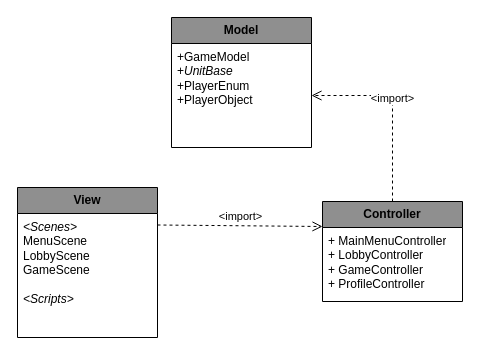
Above: page "Package" (1 of 14) of Documents/Diagram/Thesis.drawio in GrG0312/Szakdolgozat (draw.io), before the change. Source tidied: cells renumbered, new cells numbered last; positions are measured from the earlier drawing's top-left corner, leaving out a move shared by most shapes. Both pictures are drawn from the tidied source at 100%, with x=0, y=0 at pixel (17, 17).
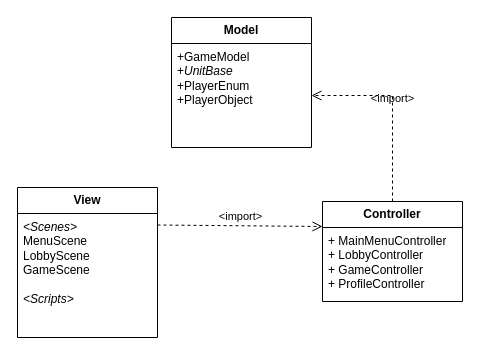
The same diagram, later.

Diff of the diagram source:
```diff
@@
 <mxGraphModel>
   <root>
     <mxCell id="0" />
     <mxCell id="1" parent="0" />
-    <mxCell id="2" value="Model" style="swimlane;fontStyle=1;horizontal=1;startSize=26;fillColor=#8f8f8f;whiteSpace=wrap;html=1;" parent="1" vertex="1">
+    <mxCell id="2" value="Model" style="swimlane;fontStyle=1;horizontal=1;startSize=26;whiteSpace=wrap;html=1;labelBackgroundColor=none;" parent="1" vertex="1">
       <mxGeometry x="154" width="140" height="130" as="geometry" />
     </mxCell>
-    <mxCell id="3" value="+GameModel&lt;div&gt;+&lt;i&gt;UnitBase&lt;/i&gt;&lt;/div&gt;&lt;div&gt;+PlayerEnum&lt;/div&gt;&lt;div&gt;+PlayerObject&lt;/div&gt;" style="text;strokeColor=none;fillColor=none;align=left;verticalAlign=top;spacingLeft=4;spacingRight=4;overflow=hidden;points=[[0,0.5],[1,0.5]];portConstraint=eastwest;whiteSpace=wrap;html=1;" parent="2" vertex="1">
+    <mxCell id="3" value="+GameModel&lt;div&gt;+&lt;i&gt;UnitBase&lt;/i&gt;&lt;/div&gt;&lt;div&gt;+PlayerEnum&lt;/div&gt;&lt;div&gt;+PlayerObject&lt;/div&gt;" style="text;strokeColor=none;fillColor=none;align=left;verticalAlign=top;spacingLeft=4;spacingRight=4;overflow=hidden;points=[[0,0.5],[1,0.5]];portConstraint=eastwest;whiteSpace=wrap;html=1;labelBackgroundColor=none;" parent="2" vertex="1">
       <mxGeometry y="26" width="140" height="104" as="geometry" />
     </mxCell>
-    <mxCell id="4" value="View" style="swimlane;fontStyle=1;horizontal=1;startSize=26;fillColor=#8f8f8f;whiteSpace=wrap;html=1;" parent="1" vertex="1">
+    <mxCell id="4" value="View" style="swimlane;fontStyle=1;horizontal=1;startSize=26;whiteSpace=wrap;html=1;labelBackgroundColor=none;" parent="1" vertex="1">
       <mxGeometry y="170" width="140" height="150" as="geometry" />
     </mxCell>
-    <mxCell id="5" value="&lt;div&gt;&lt;i&gt;&amp;lt;Scenes&amp;gt;&lt;/i&gt;&lt;/div&gt;&lt;div&gt;MenuScene&lt;/div&gt;&lt;div&gt;LobbyScene&lt;/div&gt;&lt;div&gt;GameScene&lt;/div&gt;&lt;div&gt;&lt;br&gt;&lt;/div&gt;&lt;div&gt;&lt;i&gt;&amp;lt;Scripts&amp;gt;&lt;/i&gt;&lt;/div&gt;" style="text;strokeColor=none;fillColor=none;align=left;verticalAlign=top;spacingLeft=4;spacingRight=4;overflow=hidden;whiteSpace=wrap;html=1;" parent="4" vertex="1">
+    <mxCell id="5" value="&lt;div&gt;&lt;i&gt;&amp;lt;Scenes&amp;gt;&lt;/i&gt;&lt;/div&gt;&lt;div&gt;MenuScene&lt;/div&gt;&lt;div&gt;LobbyScene&lt;/div&gt;&lt;div&gt;GameScene&lt;/div&gt;&lt;div&gt;&lt;br&gt;&lt;/div&gt;&lt;div&gt;&lt;i&gt;&amp;lt;Scripts&amp;gt;&lt;/i&gt;&lt;/div&gt;" style="text;strokeColor=none;fillColor=none;align=left;verticalAlign=top;spacingLeft=4;spacingRight=4;overflow=hidden;whiteSpace=wrap;html=1;labelBackgroundColor=none;" parent="4" vertex="1">
       <mxGeometry y="26" width="140" height="124" as="geometry" />
     </mxCell>
-    <mxCell id="6" value="Controller" style="swimlane;fontStyle=1;horizontal=1;startSize=26;fillColor=#8f8f8f;whiteSpace=wrap;html=1;" parent="1" vertex="1">
+    <mxCell id="6" value="Controller" style="swimlane;fontStyle=1;horizontal=1;startSize=26;whiteSpace=wrap;html=1;labelBackgroundColor=none;" parent="1" vertex="1">
       <mxGeometry x="305" y="184" width="140" height="100" as="geometry" />
     </mxCell>
-    <mxCell id="7" value="+ MainMenuController&lt;div&gt;+ LobbyController&lt;/div&gt;&lt;div&gt;+ GameController&lt;/div&gt;&lt;div&gt;+ ProfileController&lt;/div&gt;" style="text;strokeColor=none;fillColor=none;align=left;verticalAlign=top;spacingLeft=4;spacingRight=4;overflow=hidden;whiteSpace=wrap;html=1;" parent="6" vertex="1">
+    <mxCell id="7" value="+ MainMenuController&lt;div&gt;+ LobbyController&lt;/div&gt;&lt;div&gt;+ GameController&lt;/div&gt;&lt;div&gt;+ ProfileController&lt;/div&gt;" style="text;strokeColor=none;fillColor=none;align=left;verticalAlign=top;spacingLeft=4;spacingRight=4;overflow=hidden;whiteSpace=wrap;html=1;labelBackgroundColor=none;" parent="6" vertex="1">
       <mxGeometry y="26" width="140" height="74" as="geometry" />
     </mxCell>
-    <mxCell id="8" value="&amp;lt;import&amp;gt;" style="html=1;verticalAlign=bottom;endArrow=open;dashed=1;endSize=8;curved=0;rounded=0;exitX=1;exitY=0.25;exitDx=0;exitDy=0;entryX=0;entryY=0.25;entryDx=0;entryDy=0;" parent="1" edge="1" source="4" target="6">
+    <mxCell id="8" value="&amp;lt;import&amp;gt;" style="html=1;verticalAlign=bottom;endArrow=open;dashed=1;endSize=8;curved=0;rounded=0;exitX=1;exitY=0.25;exitDx=0;exitDy=0;entryX=0;entryY=0.25;entryDx=0;entryDy=0;labelBackgroundColor=none;fontColor=default;" parent="1" edge="1" source="4" target="6">
       <mxGeometry relative="1" as="geometry" />
     </mxCell>
-    <mxCell id="9" value="&amp;lt;import&amp;gt;" style="html=1;verticalAlign=bottom;endArrow=open;dashed=1;endSize=8;curved=0;rounded=0;entryX=1;entryY=0.5;entryDx=0;entryDy=0;exitX=0.5;exitY=0;exitDx=0;exitDy=0;" parent="1" edge="1" source="6" target="3">
+    <mxCell id="9" value="&amp;lt;import&amp;gt;" style="html=1;verticalAlign=bottom;endArrow=open;dashed=1;endSize=8;curved=0;rounded=0;entryX=1;entryY=0.5;entryDx=0;entryDy=0;exitX=0.5;exitY=0;exitDx=0;exitDy=0;labelBackgroundColor=none;fontColor=default;" parent="1" edge="1" source="6" target="3">
       <mxGeometry relative="1" as="geometry">
         <Array as="points">
           <mxPoint x="375" y="78" />
         </Array>
       </mxGeometry>
     </mxCell>
   </root>
 </mxGraphModel>
```
